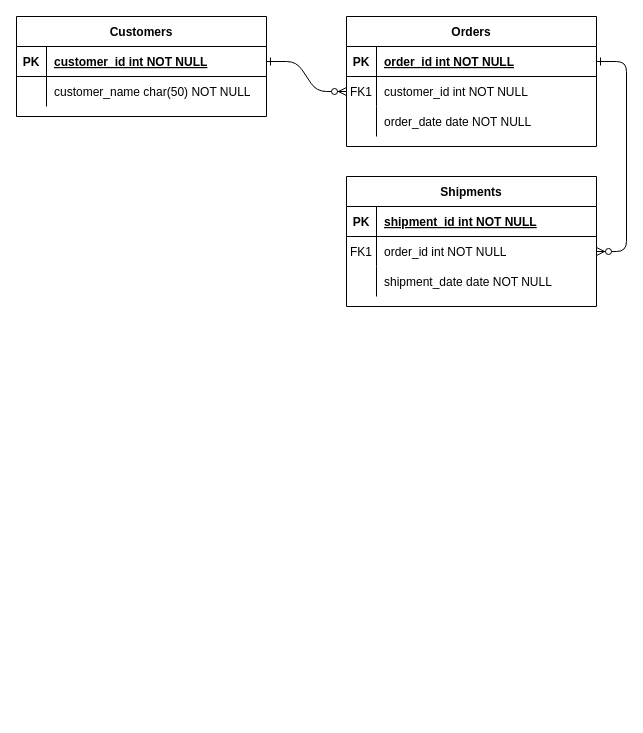
Above: document/boardProjectERD.drawio in ChoiHyunGeun/fastcampus-project-board (draw.io), before the change. Source tidied: cells renumbered, new cells numbered last; positions are measured from the earlier drawing's top-left corner, leaving out a move shared by most shapes. Both pictures are drawn from the tidied source at 100%, with x=0, y=0 at pixel (16, 16).
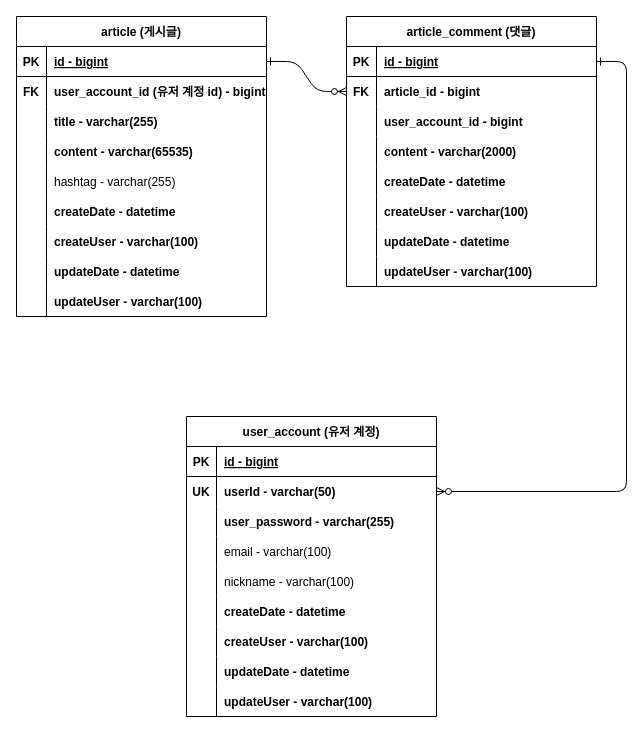
Above is the later version.

Unchanged cells that the change refers to:
```xml
<mxCell id="5" style="shape=partialRectangle;fillColor=none;points=[[0,0.5],[1,0.5]];portConstraint=eastwest;top=0;left=0;right=0;bottom=1;" parent="4" vertex="1">
  <mxGeometry y="30" width="250" height="30" as="geometry" />
</mxCell>
<mxCell id="15" style="shape=partialRectangle;fillColor=none;top=0;left=0;right=0;bottom=1;" parent="14" vertex="1">
  <mxGeometry y="30" width="250" height="30" as="geometry" />
</mxCell>
<mxCell id="25" style="shape=partialRectangle;fillColor=none;points=[[0,0.5],[1,0.5]];portConstraint=eastwest;top=0;left=0;right=0;bottom=1;" parent="24" vertex="1">
  <mxGeometry y="30" width="250" height="30" as="geometry" />
</mxCell>
```

What changed in the source:
```diff
@@
-    <mxCell id="4" value="Orders" style="shape=table;startSize=30;childLayout=tableLayout;rowLines=0;fontStyle=1;align=center;" parent="1" vertex="1">
-      <mxGeometry x="330" width="250" height="130" as="geometry" />
+    <mxCell id="4" value="article_comment (댓글)" style="shape=table;startSize=30;childLayout=tableLayout;rowLines=0;fontStyle=1;align=center;" parent="1" vertex="1">
+      <mxGeometry x="330" width="250" height="270" as="geometry" />
     </mxCell>
@@
-    <mxCell id="7" value="order_id int NOT NULL " style="shape=partialRectangle;overflow=hidden;fillColor=none;top=0;left=0;bottom=0;right=0;align=left;spacingLeft=6;fontStyle=5;" parent="5" vertex="1">
+    <mxCell id="7" value="id - bigint" style="shape=partialRectangle;overflow=hidden;fillColor=none;top=0;left=0;bottom=0;right=0;align=left;spacingLeft=6;fontStyle=5;" parent="5" vertex="1">
       <mxGeometry x="30" width="220" height="30" as="geometry" />
     </mxCell>
-    <mxCell id="8" style="shape=partialRectangle;fillColor=none;points=[[0,0.5],[1,0.5]];portConstraint=eastwest;top=0;left=0;right=0;bottom=0;" parent="4" vertex="1">
+    <mxCell id="8" style="shape=partialRectangle;fillColor=none;points=[[0,0.5],[1,0.5]];portConstraint=eastwest;top=0;left=0;right=0;bottom=0;fontStyle=1;" parent="4" vertex="1">
       <mxGeometry y="60" width="250" height="30" as="geometry" />
     </mxCell>
-    <mxCell id="9" value="FK1" style="shape=partialRectangle;overflow=hidden;fillColor=none;top=0;left=0;bottom=0;right=0;" parent="8" vertex="1">
+    <mxCell id="9" value="FK" style="shape=partialRectangle;overflow=hidden;fillColor=none;top=0;left=0;bottom=0;right=0;fontStyle=1;" parent="8" vertex="1">
       <mxGeometry width="30" height="30" as="geometry" />
     </mxCell>
-    <mxCell id="10" value="customer_id int NOT NULL" style="shape=partialRectangle;overflow=hidden;fillColor=none;top=0;left=0;bottom=0;right=0;align=left;spacingLeft=6;" parent="8" vertex="1">
+    <mxCell id="10" value="article_id - bigint" style="shape=partialRectangle;overflow=hidden;fillColor=none;top=0;left=0;bottom=0;right=0;align=left;spacingLeft=6;fontStyle=1;" parent="8" vertex="1">
       <mxGeometry x="30" width="220" height="30" as="geometry" />
     </mxCell>
-    <mxCell id="11" style="shape=partialRectangle;fillColor=none;top=0;left=0;right=0;bottom=0;" parent="4" vertex="1">
+    <mxCell id="11" style="shape=partialRectangle;fillColor=none;top=0;left=0;right=0;bottom=0;fontStyle=1;" parent="4" vertex="1">
       <mxGeometry y="90" width="250" height="30" as="geometry" />
     </mxCell>
-    <mxCell id="12" style="shape=partialRectangle;overflow=hidden;fillColor=none;top=0;left=0;bottom=0;right=0;" parent="11" vertex="1">
+    <mxCell id="12" style="shape=partialRectangle;overflow=hidden;fillColor=none;top=0;left=0;bottom=0;right=0;fontStyle=1;" parent="11" vertex="1">
       <mxGeometry width="30" height="30" as="geometry" />
     </mxCell>
-    <mxCell id="13" value="order_date date NOT NULL" style="shape=partialRectangle;overflow=hidden;fillColor=none;top=0;left=0;bottom=0;right=0;align=left;spacingLeft=6;" parent="11" vertex="1">
+    <mxCell id="13" value="user_account_id - bigint" style="shape=partialRectangle;overflow=hidden;fillColor=none;top=0;left=0;bottom=0;right=0;align=left;spacingLeft=6;fontStyle=1;" parent="11" vertex="1">
       <mxGeometry x="30" width="220" height="30" as="geometry" />
     </mxCell>
+    <mxCell id="31" style="shape=partialRectangle;fillColor=none;top=0;left=0;right=0;bottom=0;fontStyle=1;" parent="4" vertex="1">
+      <mxGeometry y="120" width="250" height="30" as="geometry" />
+    </mxCell>
+    <mxCell id="32" style="shape=partialRectangle;overflow=hidden;fillColor=none;top=0;left=0;bottom=0;right=0;fontStyle=1;" parent="31" vertex="1">
+      <mxGeometry width="30" height="30" as="geometry" />
+    </mxCell>
+    <mxCell id="33" value="content - varchar(2000)" style="shape=partialRectangle;overflow=hidden;fillColor=none;top=0;left=0;bottom=0;right=0;align=left;spacingLeft=6;fontStyle=1;" parent="31" vertex="1">
+      <mxGeometry x="30" width="220" height="30" as="geometry" />
+    </mxCell>
+    <mxCell id="34" style="shape=partialRectangle;fillColor=none;top=0;left=0;right=0;bottom=0;fontStyle=1;" parent="4" vertex="1">
+      <mxGeometry y="150" width="250" height="30" as="geometry" />
+    </mxCell>
+    <mxCell id="35" style="shape=partialRectangle;overflow=hidden;fillColor=none;top=0;left=0;bottom=0;right=0;fontStyle=1;" parent="34" vertex="1">
+      <mxGeometry width="30" height="30" as="geometry" />
+    </mxCell>
+    <mxCell id="36" value="createDate - datetime" style="shape=partialRectangle;overflow=hidden;fillColor=none;top=0;left=0;bottom=0;right=0;align=left;spacingLeft=6;fontStyle=1;" parent="34" vertex="1">
+      <mxGeometry x="30" width="220" height="30" as="geometry" />
+    </mxCell>
+    <mxCell id="37" style="shape=partialRectangle;fillColor=none;top=0;left=0;right=0;bottom=0;fontStyle=1;" parent="4" vertex="1">
+      <mxGeometry y="180" width="250" height="30" as="geometry" />
+    </mxCell>
+    <mxCell id="38" style="shape=partialRectangle;overflow=hidden;fillColor=none;top=0;left=0;bottom=0;right=0;fontStyle=1;" parent="37" vertex="1">
+      <mxGeometry width="30" height="30" as="geometry" />
+    </mxCell>
+    <mxCell id="39" value="createUser - varchar(100)" style="shape=partialRectangle;overflow=hidden;fillColor=none;top=0;left=0;bottom=0;right=0;align=left;spacingLeft=6;fontStyle=1;" parent="37" vertex="1">
+      <mxGeometry x="30" width="220" height="30" as="geometry" />
+    </mxCell>
+    <mxCell id="40" style="shape=partialRectangle;fillColor=none;top=0;left=0;right=0;bottom=0;fontStyle=1;" parent="4" vertex="1">
+      <mxGeometry y="210" width="250" height="30" as="geometry" />
+    </mxCell>
+    <mxCell id="41" style="shape=partialRectangle;overflow=hidden;fillColor=none;top=0;left=0;bottom=0;right=0;fontStyle=1;" parent="40" vertex="1">
+      <mxGeometry width="30" height="30" as="geometry" />
+    </mxCell>
+    <mxCell id="42" value="updateDate - datetime" style="shape=partialRectangle;overflow=hidden;fillColor=none;top=0;left=0;bottom=0;right=0;align=left;spacingLeft=6;fontStyle=1;" parent="40" vertex="1">
+      <mxGeometry x="30" width="220" height="30" as="geometry" />
+    </mxCell>
+    <mxCell id="43" style="shape=partialRectangle;fillColor=none;top=0;left=0;right=0;bottom=0;fontStyle=1;" parent="4" vertex="1">
+      <mxGeometry y="240" width="250" height="30" as="geometry" />
+    </mxCell>
+    <mxCell id="44" style="shape=partialRectangle;overflow=hidden;fillColor=none;top=0;left=0;bottom=0;right=0;fontStyle=1;" parent="43" vertex="1">
+      <mxGeometry width="30" height="30" as="geometry" />
+    </mxCell>
+    <mxCell id="45" value="updateUser - varchar(100)" style="shape=partialRectangle;overflow=hidden;fillColor=none;top=0;left=0;bottom=0;right=0;align=left;spacingLeft=6;fontStyle=1;" parent="43" vertex="1">
+      <mxGeometry x="30" width="220" height="30" as="geometry" />
+    </mxCell>
-    <mxCell id="14" value="Shipments" style="shape=table;startSize=30;childLayout=tableLayout;rowLines=0;fontStyle=1;align=center;" parent="1" vertex="1">
-      <mxGeometry x="330" y="160" width="250" height="130" as="geometry" />
+    <mxCell id="14" value="user_account (유저 계정)" style="shape=table;startSize=30;childLayout=tableLayout;rowLines=0;fontStyle=1;align=center;" parent="1" vertex="1">
+      <mxGeometry x="170" y="400" width="250" height="300" as="geometry" />
     </mxCell>
@@
-    <mxCell id="17" value="shipment_id int NOT NULL " style="shape=partialRectangle;overflow=hidden;fillColor=none;top=0;left=0;bottom=0;right=0;align=left;spacingLeft=6;fontStyle=5;" parent="15" vertex="1">
+    <mxCell id="17" value="id - bigint" style="shape=partialRectangle;overflow=hidden;fillColor=none;top=0;left=0;bottom=0;right=0;align=left;spacingLeft=6;fontStyle=5;" parent="15" vertex="1">
       <mxGeometry x="30" width="220" height="30" as="geometry" />
     </mxCell>
-    <mxCell id="18" style="shape=partialRectangle;fillColor=none;points=[[0,0.5],[1,0.5]];portConstraint=eastwest;top=0;left=0;right=0;bottom=0;" parent="14" vertex="1">
+    <mxCell id="18" style="shape=partialRectangle;fillColor=none;points=[[0,0.5],[1,0.5]];portConstraint=eastwest;top=0;left=0;right=0;bottom=0;fontStyle=1;" parent="14" vertex="1">
       <mxGeometry y="60" width="250" height="30" as="geometry" />
     </mxCell>
-    <mxCell id="19" value="FK1" style="shape=partialRectangle;overflow=hidden;fillColor=none;top=0;left=0;bottom=0;right=0;" parent="18" vertex="1">
+    <mxCell id="19" value="UK" style="shape=partialRectangle;overflow=hidden;fillColor=none;top=0;left=0;bottom=0;right=0;fontStyle=1;" parent="18" vertex="1">
       <mxGeometry width="30" height="30" as="geometry" />
     </mxCell>
-    <mxCell id="20" value="order_id int NOT NULL" style="shape=partialRectangle;overflow=hidden;fillColor=none;top=0;left=0;bottom=0;right=0;align=left;spacingLeft=6;" parent="18" vertex="1">
+    <mxCell id="20" value="userId - varchar(50)" style="shape=partialRectangle;overflow=hidden;fillColor=none;top=0;left=0;bottom=0;right=0;align=left;spacingLeft=6;fontStyle=1;" parent="18" vertex="1">
       <mxGeometry x="30" width="220" height="30" as="geometry" />
     </mxCell>
-    <mxCell id="21" style="shape=partialRectangle;fillColor=none;top=0;left=0;right=0;bottom=0;" parent="14" vertex="1">
+    <mxCell id="21" style="shape=partialRectangle;fillColor=none;top=0;left=0;right=0;bottom=0;fontStyle=1;" parent="14" vertex="1">
       <mxGeometry y="90" width="250" height="30" as="geometry" />
     </mxCell>
-    <mxCell id="22" style="shape=partialRectangle;overflow=hidden;fillColor=none;top=0;left=0;bottom=0;right=0;" parent="21" vertex="1">
+    <mxCell id="22" style="shape=partialRectangle;overflow=hidden;fillColor=none;top=0;left=0;bottom=0;right=0;fontStyle=1;" parent="21" vertex="1">
       <mxGeometry width="30" height="30" as="geometry" />
     </mxCell>
-    <mxCell id="23" value="shipment_date date NOT NULL" style="shape=partialRectangle;overflow=hidden;fillColor=none;top=0;left=0;bottom=0;right=0;align=left;spacingLeft=6;" parent="21" vertex="1">
+    <mxCell id="23" value="user_password - varchar(255)" style="shape=partialRectangle;overflow=hidden;fillColor=none;top=0;left=0;bottom=0;right=0;align=left;spacingLeft=6;fontStyle=1;" parent="21" vertex="1">
       <mxGeometry x="30" width="220" height="30" as="geometry" />
     </mxCell>
+    <mxCell id="46" style="shape=partialRectangle;fillColor=none;top=0;left=0;right=0;bottom=0;" parent="14" vertex="1">
+      <mxGeometry y="120" width="250" height="30" as="geometry" />
+    </mxCell>
+    <mxCell id="47" style="shape=partialRectangle;overflow=hidden;fillColor=none;top=0;left=0;bottom=0;right=0;" parent="46" vertex="1">
+      <mxGeometry width="30" height="30" as="geometry" />
+    </mxCell>
+    <mxCell id="48" value="email - varchar(100)" style="shape=partialRectangle;overflow=hidden;fillColor=none;top=0;left=0;bottom=0;right=0;align=left;spacingLeft=6;" parent="46" vertex="1">
+      <mxGeometry x="30" width="220" height="30" as="geometry" />
+    </mxCell>
+    <mxCell id="49" style="shape=partialRectangle;fillColor=none;top=0;left=0;right=0;bottom=0;" parent="14" vertex="1">
+      <mxGeometry y="150" width="250" height="30" as="geometry" />
+    </mxCell>
+    <mxCell id="50" style="shape=partialRectangle;overflow=hidden;fillColor=none;top=0;left=0;bottom=0;right=0;" parent="49" vertex="1">
+      <mxGeometry width="30" height="30" as="geometry" />
+    </mxCell>
+    <mxCell id="51" value="nickname - varchar(100)" style="shape=partialRectangle;overflow=hidden;fillColor=none;top=0;left=0;bottom=0;right=0;align=left;spacingLeft=6;" parent="49" vertex="1">
+      <mxGeometry x="30" width="220" height="30" as="geometry" />
+    </mxCell>
+    <mxCell id="52" style="shape=partialRectangle;fillColor=none;top=0;left=0;right=0;bottom=0;fontStyle=1;" parent="14" vertex="1">
+      <mxGeometry y="180" width="250" height="30" as="geometry" />
+    </mxCell>
+    <mxCell id="53" style="shape=partialRectangle;overflow=hidden;fillColor=none;top=0;left=0;bottom=0;right=0;fontStyle=1;" parent="52" vertex="1">
+      <mxGeometry width="30" height="30" as="geometry" />
+    </mxCell>
+    <mxCell id="54" value="createDate - datetime" style="shape=partialRectangle;overflow=hidden;fillColor=none;top=0;left=0;bottom=0;right=0;align=left;spacingLeft=6;fontStyle=1;" parent="52" vertex="1">
+      <mxGeometry x="30" width="220" height="30" as="geometry" />
+    </mxCell>
+    <mxCell id="55" style="shape=partialRectangle;fillColor=none;top=0;left=0;right=0;bottom=0;fontStyle=1;" parent="14" vertex="1">
+      <mxGeometry y="210" width="250" height="30" as="geometry" />
+    </mxCell>
+    <mxCell id="56" style="shape=partialRectangle;overflow=hidden;fillColor=none;top=0;left=0;bottom=0;right=0;fontStyle=1;" parent="55" vertex="1">
+      <mxGeometry width="30" height="30" as="geometry" />
+    </mxCell>
+    <mxCell id="57" value="createUser - varchar(100)" style="shape=partialRectangle;overflow=hidden;fillColor=none;top=0;left=0;bottom=0;right=0;align=left;spacingLeft=6;fontStyle=1;" parent="55" vertex="1">
+      <mxGeometry x="30" width="220" height="30" as="geometry" />
+    </mxCell>
+    <mxCell id="58" style="shape=partialRectangle;fillColor=none;top=0;left=0;right=0;bottom=0;fontStyle=1;" parent="14" vertex="1">
+      <mxGeometry y="240" width="250" height="30" as="geometry" />
+    </mxCell>
+    <mxCell id="59" style="shape=partialRectangle;overflow=hidden;fillColor=none;top=0;left=0;bottom=0;right=0;fontStyle=1;" parent="58" vertex="1">
+      <mxGeometry width="30" height="30" as="geometry" />
+    </mxCell>
+    <mxCell id="60" value="updateDate - datetime" style="shape=partialRectangle;overflow=hidden;fillColor=none;top=0;left=0;bottom=0;right=0;align=left;spacingLeft=6;fontStyle=1;" parent="58" vertex="1">
+      <mxGeometry x="30" width="220" height="30" as="geometry" />
+    </mxCell>
+    <mxCell id="61" style="shape=partialRectangle;fillColor=none;top=0;left=0;right=0;bottom=0;fontStyle=1;" parent="14" vertex="1">
+      <mxGeometry y="270" width="250" height="30" as="geometry" />
+    </mxCell>
+    <mxCell id="62" style="shape=partialRectangle;overflow=hidden;fillColor=none;top=0;left=0;bottom=0;right=0;fontStyle=1;" parent="61" vertex="1">
+      <mxGeometry width="30" height="30" as="geometry" />
+    </mxCell>
+    <mxCell id="63" value="updateUser - varchar(100)" style="shape=partialRectangle;overflow=hidden;fillColor=none;top=0;left=0;bottom=0;right=0;align=left;spacingLeft=6;fontStyle=1;" parent="61" vertex="1">
+      <mxGeometry x="30" width="220" height="30" as="geometry" />
+    </mxCell>
-    <mxCell id="24" value="Customers" style="shape=table;startSize=30;childLayout=tableLayout;rowLines=0;fontStyle=1;align=center;" parent="1" vertex="1">
-      <mxGeometry width="250" height="100" as="geometry" />
+    <mxCell id="24" value="article (게시글)" style="shape=table;startSize=30;childLayout=tableLayout;rowLines=0;fontStyle=1;align=center;" parent="1" vertex="1">
+      <mxGeometry width="250" height="300" as="geometry" />
     </mxCell>
@@
-    <mxCell id="27" value="customer_id int NOT NULL " style="shape=partialRectangle;overflow=hidden;fillColor=none;top=0;left=0;bottom=0;right=0;align=left;spacingLeft=6;fontStyle=5;" parent="25" vertex="1">
+    <mxCell id="27" value="id - bigint" style="shape=partialRectangle;overflow=hidden;fillColor=none;top=0;left=0;bottom=0;right=0;align=left;spacingLeft=6;fontStyle=5;" parent="25" vertex="1">
       <mxGeometry x="30" width="220" height="30" as="geometry" />
     </mxCell>
-    <mxCell id="28" style="shape=partialRectangle;fillColor=none;top=0;left=0;right=0;bottom=0;" parent="24" vertex="1">
+    <mxCell id="28" style="shape=partialRectangle;fillColor=none;top=0;left=0;right=0;bottom=0;fontStyle=1;" parent="24" vertex="1">
       <mxGeometry y="60" width="250" height="30" as="geometry" />
     </mxCell>
-    <mxCell id="29" style="shape=partialRectangle;overflow=hidden;fillColor=none;top=0;left=0;bottom=0;right=0;" parent="28" vertex="1">
+    <mxCell id="29" value="FK" style="shape=partialRectangle;overflow=hidden;fillColor=none;top=0;left=0;bottom=0;right=0;fontStyle=1;" parent="28" vertex="1">
       <mxGeometry width="30" height="30" as="geometry" />
     </mxCell>
-    <mxCell id="30" value="customer_name char(50) NOT NULL" style="shape=partialRectangle;overflow=hidden;fillColor=none;top=0;left=0;bottom=0;right=0;align=left;spacingLeft=6;" parent="28" vertex="1">
+    <mxCell id="30" value="user_account_id (유저 계정 id) - bigint" style="shape=partialRectangle;overflow=hidden;fillColor=none;top=0;left=0;bottom=0;right=0;align=left;spacingLeft=6;fontStyle=1;" parent="28" vertex="1">
       <mxGeometry x="30" width="220" height="30" as="geometry" />
     </mxCell>
+    <mxCell id="64" style="shape=partialRectangle;fillColor=none;top=0;left=0;right=0;bottom=0;fontStyle=1;" parent="24" vertex="1">
+      <mxGeometry y="90" width="250" height="30" as="geometry" />
+    </mxCell>
+    <mxCell id="65" style="shape=partialRectangle;overflow=hidden;fillColor=none;top=0;left=0;bottom=0;right=0;fontStyle=1;" parent="64" vertex="1">
+      <mxGeometry width="30" height="30" as="geometry" />
+    </mxCell>
+    <mxCell id="66" value="title - varchar(255)" style="shape=partialRectangle;overflow=hidden;fillColor=none;top=0;left=0;bottom=0;right=0;align=left;spacingLeft=6;fontStyle=1;" parent="64" vertex="1">
+      <mxGeometry x="30" width="220" height="30" as="geometry" />
+    </mxCell>
+    <mxCell id="67" style="shape=partialRectangle;fillColor=none;top=0;left=0;right=0;bottom=0;fontStyle=1;" parent="24" vertex="1">
+      <mxGeometry y="120" width="250" height="30" as="geometry" />
+    </mxCell>
+    <mxCell id="68" style="shape=partialRectangle;overflow=hidden;fillColor=none;top=0;left=0;bottom=0;right=0;fontStyle=1;" parent="67" vertex="1">
+      <mxGeometry width="30" height="30" as="geometry" />
+    </mxCell>
+    <mxCell id="69" value="content - varchar(65535)" style="shape=partialRectangle;overflow=hidden;fillColor=none;top=0;left=0;bottom=0;right=0;align=left;spacingLeft=6;fontStyle=1;" parent="67" vertex="1">
+      <mxGeometry x="30" width="220" height="30" as="geometry" />
+    </mxCell>
+    <mxCell id="70" style="shape=partialRectangle;fillColor=none;top=0;left=0;right=0;bottom=0;" parent="24" vertex="1">
+      <mxGeometry y="150" width="250" height="30" as="geometry" />
+    </mxCell>
+    <mxCell id="71" style="shape=partialRectangle;overflow=hidden;fillColor=none;top=0;left=0;bottom=0;right=0;" parent="70" vertex="1">
+      <mxGeometry width="30" height="30" as="geometry" />
+    </mxCell>
+    <mxCell id="72" value="hashtag - varchar(255)" style="shape=partialRectangle;overflow=hidden;fillColor=none;top=0;left=0;bottom=0;right=0;align=left;spacingLeft=6;" parent="70" vertex="1">
+      <mxGeometry x="30" width="220" height="30" as="geometry" />
+    </mxCell>
+    <mxCell id="73" style="shape=partialRectangle;fillColor=none;top=0;left=0;right=0;bottom=0;fontStyle=1;" parent="24" vertex="1">
+      <mxGeometry y="180" width="250" height="30" as="geometry" />
+    </mxCell>
+    <mxCell id="74" style="shape=partialRectangle;overflow=hidden;fillColor=none;top=0;left=0;bottom=0;right=0;fontStyle=1;" parent="73" vertex="1">
+      <mxGeometry width="30" height="30" as="geometry" />
+    </mxCell>
+    <mxCell id="75" value="createDate - datetime" style="shape=partialRectangle;overflow=hidden;fillColor=none;top=0;left=0;bottom=0;right=0;align=left;spacingLeft=6;fontStyle=1;" parent="73" vertex="1">
+      <mxGeometry x="30" width="220" height="30" as="geometry" />
+    </mxCell>
+    <mxCell id="76" style="shape=partialRectangle;fillColor=none;top=0;left=0;right=0;bottom=0;fontStyle=1;" parent="24" vertex="1">
+      <mxGeometry y="210" width="250" height="30" as="geometry" />
+    </mxCell>
+    <mxCell id="77" style="shape=partialRectangle;overflow=hidden;fillColor=none;top=0;left=0;bottom=0;right=0;fontStyle=1;" parent="76" vertex="1">
+      <mxGeometry width="30" height="30" as="geometry" />
+    </mxCell>
+    <mxCell id="78" value="createUser - varchar(100)" style="shape=partialRectangle;overflow=hidden;fillColor=none;top=0;left=0;bottom=0;right=0;align=left;spacingLeft=6;fontStyle=1;" parent="76" vertex="1">
+      <mxGeometry x="30" width="220" height="30" as="geometry" />
+    </mxCell>
+    <mxCell id="79" style="shape=partialRectangle;fillColor=none;top=0;left=0;right=0;bottom=0;fontStyle=1;" parent="24" vertex="1">
+      <mxGeometry y="240" width="250" height="30" as="geometry" />
+    </mxCell>
+    <mxCell id="80" style="shape=partialRectangle;overflow=hidden;fillColor=none;top=0;left=0;bottom=0;right=0;fontStyle=1;" parent="79" vertex="1">
+      <mxGeometry width="30" height="30" as="geometry" />
+    </mxCell>
+    <mxCell id="81" value="updateDate - datetime" style="shape=partialRectangle;overflow=hidden;fillColor=none;top=0;left=0;bottom=0;right=0;align=left;spacingLeft=6;fontStyle=1;" parent="79" vertex="1">
+      <mxGeometry x="30" width="220" height="30" as="geometry" />
+    </mxCell>
+    <mxCell id="82" style="shape=partialRectangle;fillColor=none;top=0;left=0;right=0;bottom=0;fontStyle=1;" parent="24" vertex="1">
+      <mxGeometry y="270" width="250" height="30" as="geometry" />
+    </mxCell>
+    <mxCell id="83" style="shape=partialRectangle;overflow=hidden;fillColor=none;top=0;left=0;bottom=0;right=0;fontStyle=1;" parent="82" vertex="1">
+      <mxGeometry width="30" height="30" as="geometry" />
+    </mxCell>
+    <mxCell id="84" value="updateUser - varchar(100)" style="shape=partialRectangle;overflow=hidden;fillColor=none;top=0;left=0;bottom=0;right=0;align=left;spacingLeft=6;fontStyle=1;" parent="82" vertex="1">
+      <mxGeometry x="30" width="220" height="30" as="geometry" />
+    </mxCell>
```
